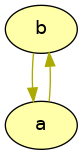
This is lib/graphs/wm_graph_colored.png from idaks/Games-and-Argumentation, a Graphviz export, as it was before one commit. Its source is kept beside it as lib/graphs/wm_graph_colored.dot.
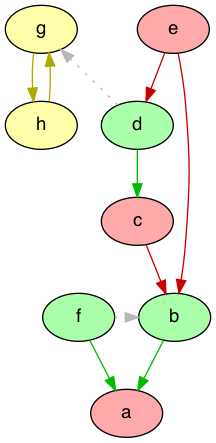
After the commit.

Change to the diagram source:
```diff
@@ -1,11 +1,22 @@
 digraph G {
   rankdir="TB"
   node [shape=oval style=filled fontname=Helvetica fontsize=14]
-  node [fillcolor="#AAFFAA" fontcolor="#000000"]
-  node [fillcolor="#FFAAAA" fontcolor="#000000"]
-  node [fillcolor="#FFFFAA" fontcolor="#000000"] b a
+  node [fillcolor="#AAFFAA" fontcolor="#000000"] b f d
+  node [fillcolor="#FFAAAA" fontcolor="#000000"] a c e
+  node [fillcolor="#FFFFAA" fontcolor="#000000"] g h
+  edge [dir=forward color="#00BB00" style="solid"]
+        "b" -> "a"
+        "f" -> "a"
+        "d" -> "c"
+  edge [dir=forward color="#CC0000" style="solid"]
+        "c" -> "b"
+        "e" -> "b"
+        "e" -> "d"
   edge [dir=forward color="#AAAA00" style="solid"]
-        "b" -> "a"
-        "a" -> "b"
+        "g" -> "h"
+        "h" -> "g"
+  edge [dir=forward color="#b7b7b7" style="dotted" constraint=false]
+        "f" -> "b"
+        "d" -> "g"
 
 }
```
